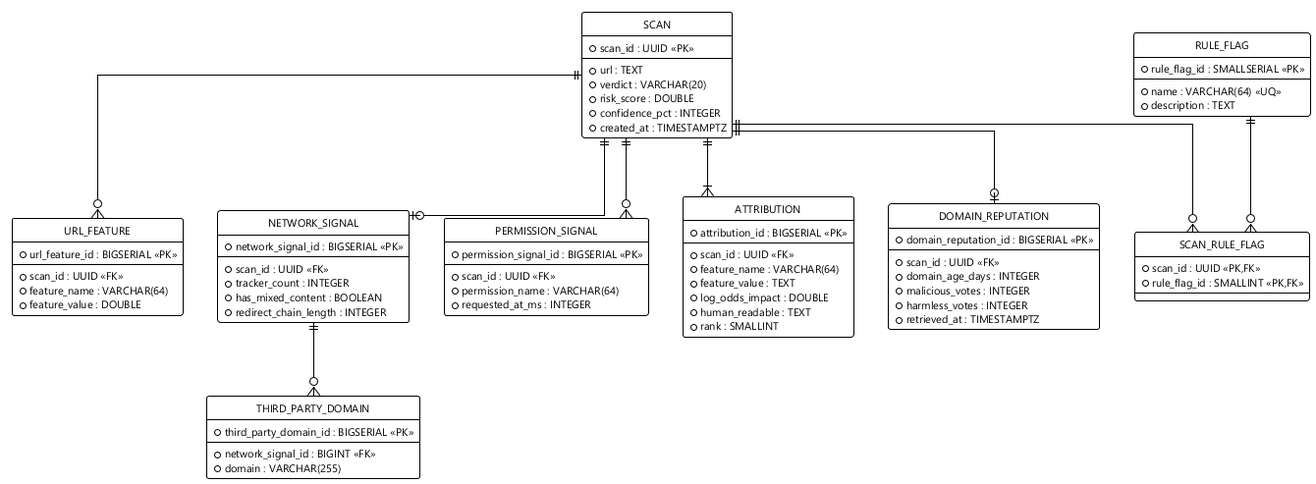
This is docs/thesis/diagrams/out/fig-3-2-erd-logical.png from Trust-Dr-BABA/Final-Year-Project, a PlantUML export, as it was before one commit.
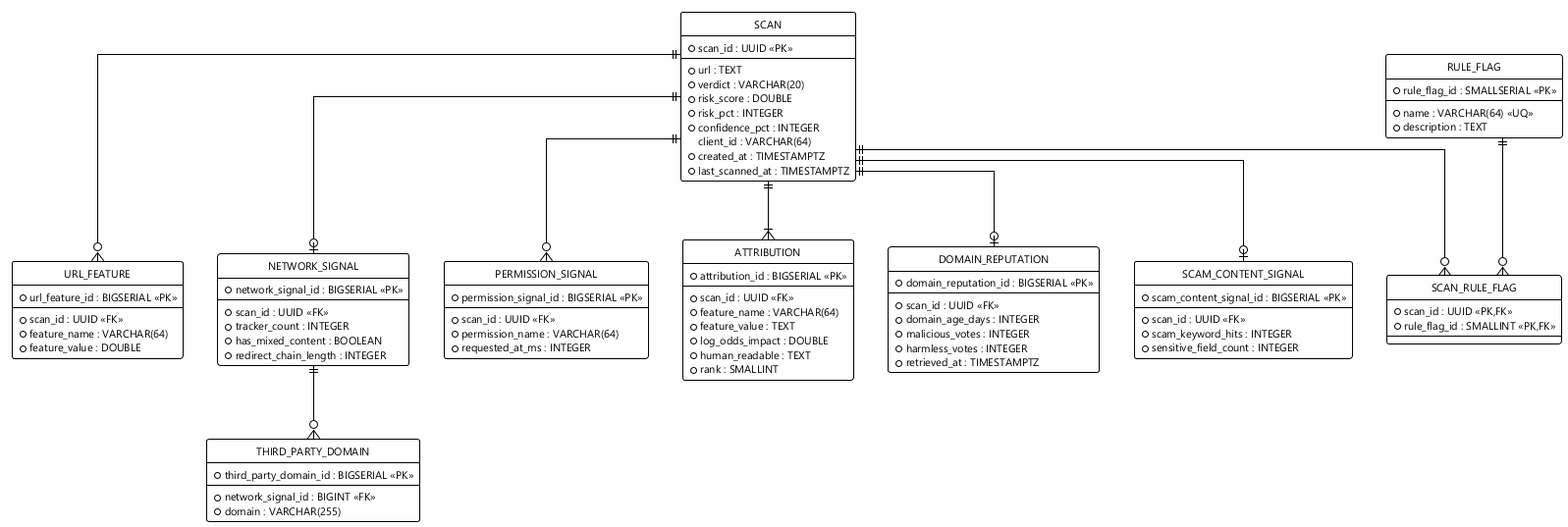
The same diagram one commit later.

What changed in the source:
```diff
@@ -12,8 +12,11 @@
   * url : TEXT
   * verdict : VARCHAR(20)
   * risk_score : DOUBLE
+  * risk_pct : INTEGER
   * confidence_pct : INTEGER
+  client_id : VARCHAR(64)
   * created_at : TIMESTAMPTZ
+  * last_scanned_at : TIMESTAMPTZ
 }
 
 entity "URL_FEATURE" as uf {
@@ -81,6 +84,14 @@
   * retrieved_at : TIMESTAMPTZ
 }
 
+entity "SCAM_CONTENT_SIGNAL" as scs {
+  * scam_content_signal_id : BIGSERIAL <<PK>>
+  --
+  * scan_id : UUID <<FK>>
+  * scam_keyword_hits : INTEGER
+  * sensitive_field_count : INTEGER
+}
+
 scan ||--o{ uf
 scan ||--o| ns
 ns ||--o{ tpd
@@ -89,4 +100,5 @@
 scan ||--o{ srf
 rf ||--o{ srf
 scan ||--o| dr
+scan ||--o| scs
 @enduml
```
